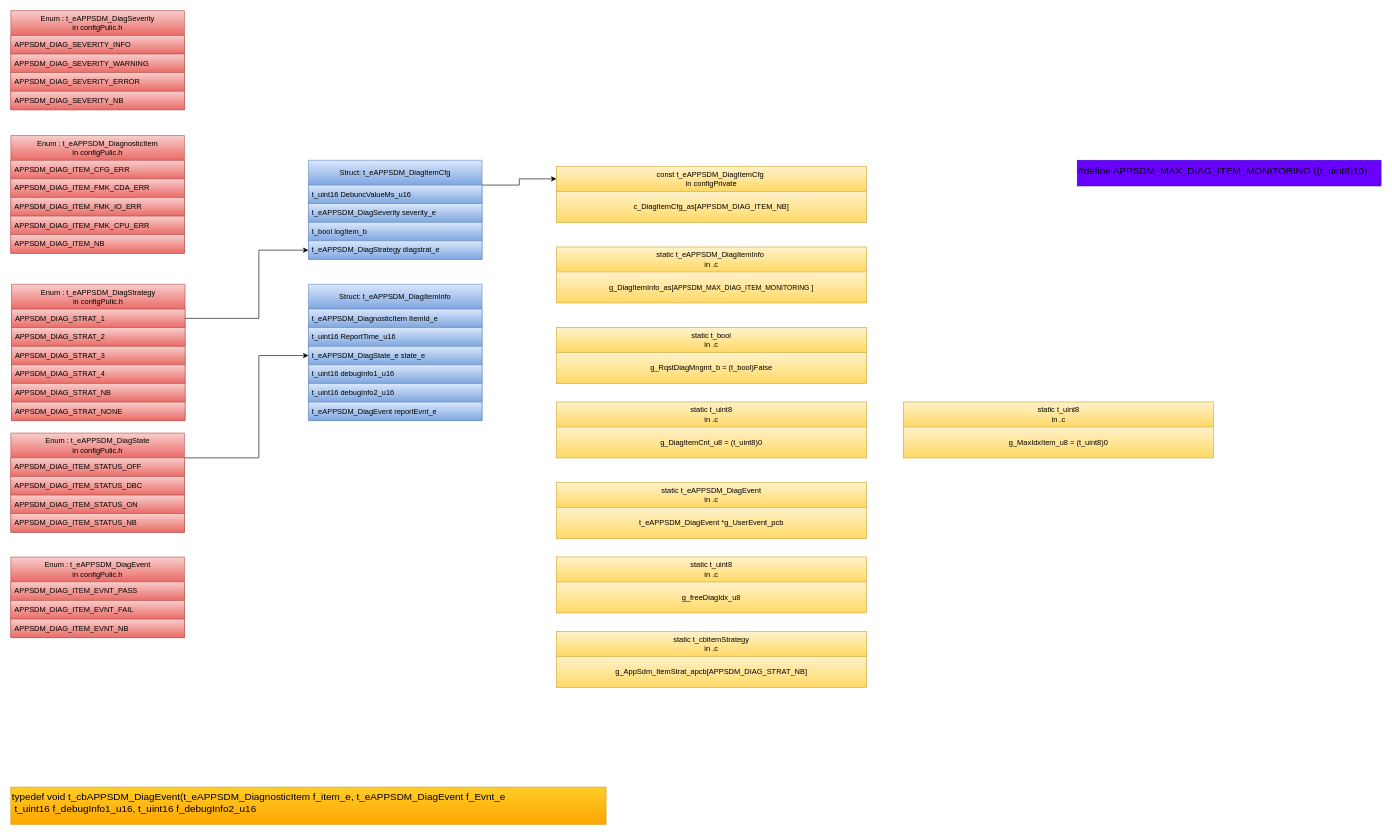
Earlier version of the draw.io diagram page "Type" (1 of 10) of Doc/Design/SystemDiagnosticMngmt.drawio (mbarbeau0545/APPSDM). Source tidied: cells renumbered, new cells numbered last; positions are measured from the earlier drawing's top-left corner, leaving out a move shared by most shapes. Both pictures are drawn from the tidied source at 62%, with x=0, y=0 at pixel (11, 11).
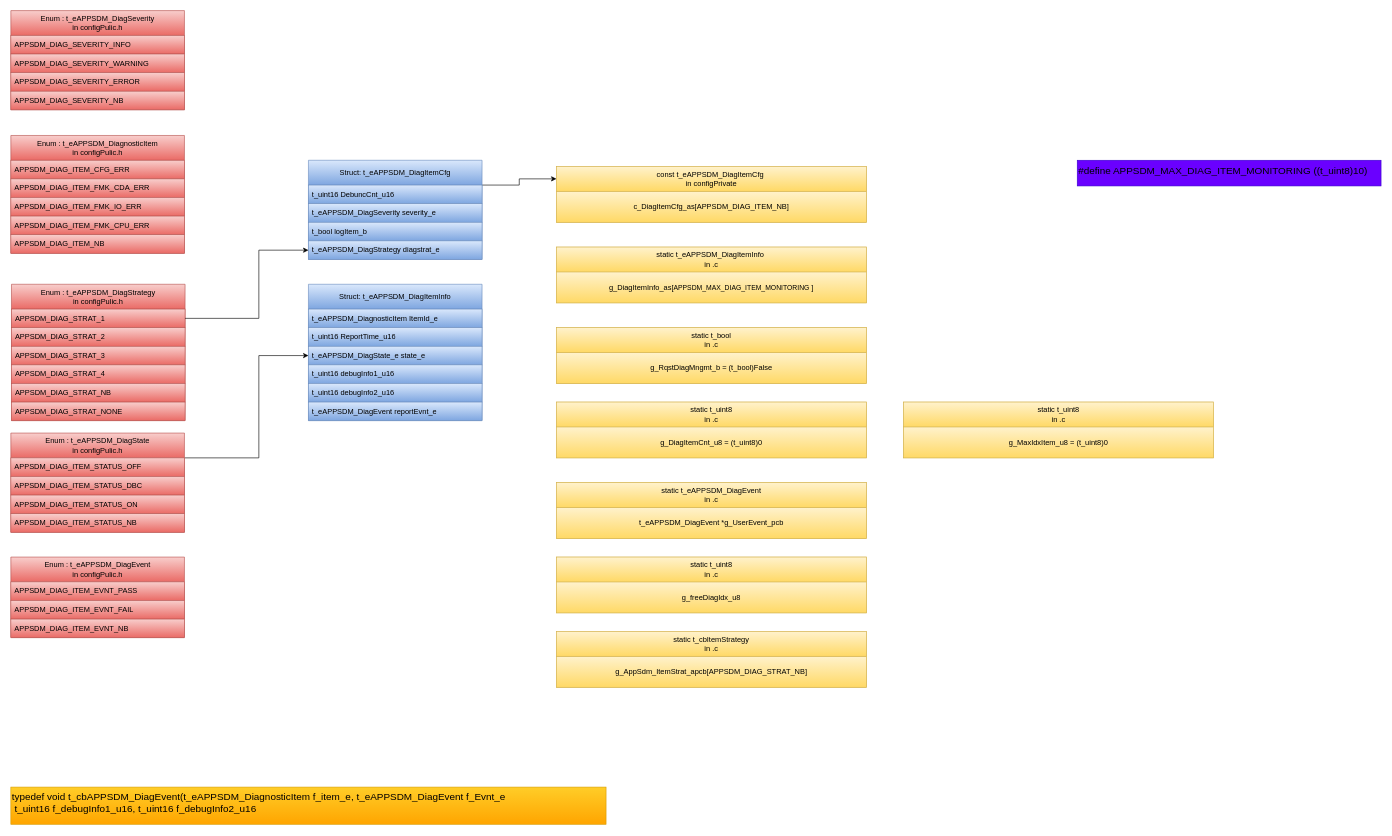
Above is the later version.

The change refers to these unchanged cells:
```xml
<mxCell id="9" value="Struct: t_eAPPSDM_DiagItemCfg" style="swimlane;fontStyle=0;horizontal=1;startSize=40;whiteSpace=wrap;html=1;fillColor=#dae8fc;gradientColor=#7ea6e0;strokeColor=#6c8ebf;fontColor=#000000;" parent="1" vertex="1">
  <mxGeometry x="480" y="241" width="280" height="160" as="geometry" />
</mxCell>
```

The edit, as a diff of the source:
```diff
@@
-    <mxCell id="10" value="&lt;span style=&quot;text-align: center;&quot;&gt;t_uint16 DebuncValueMs_u16&lt;/span&gt;" style="text;strokeColor=#6c8ebf;fillColor=#dae8fc;align=left;verticalAlign=middle;spacingLeft=4;spacingRight=4;overflow=hidden;whiteSpace=wrap;html=1;gradientColor=#7ea6e0;fontColor=#000000;" parent="9" vertex="1">
+    <mxCell id="10" value="&lt;span style=&quot;text-align: center;&quot;&gt;t_uint16 DebuncCnt_u16&lt;/span&gt;" style="text;strokeColor=#6c8ebf;fillColor=#dae8fc;align=left;verticalAlign=middle;spacingLeft=4;spacingRight=4;overflow=hidden;whiteSpace=wrap;html=1;gradientColor=#7ea6e0;fontColor=#000000;" parent="9" vertex="1">
       <mxGeometry y="40" width="280" height="30" as="geometry" />
     </mxCell>
```
